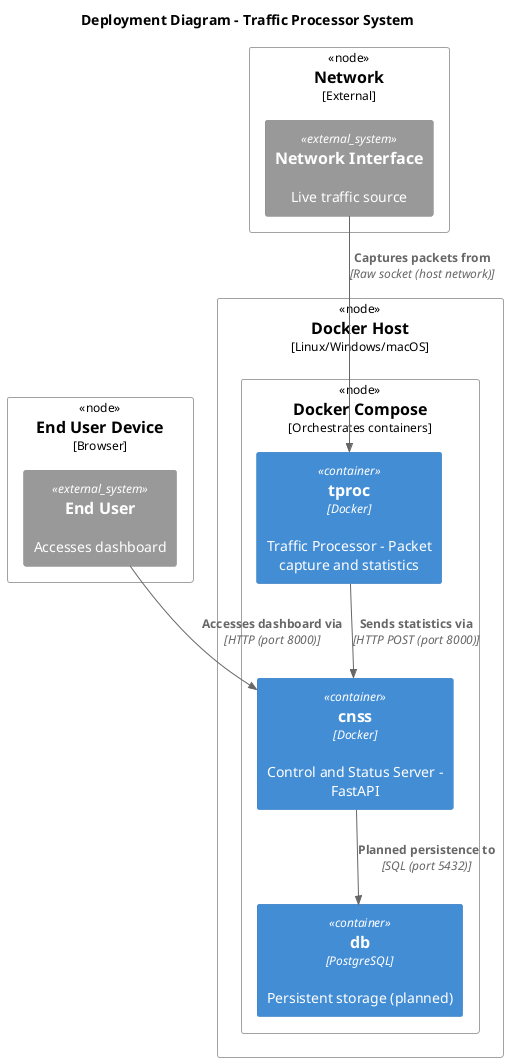
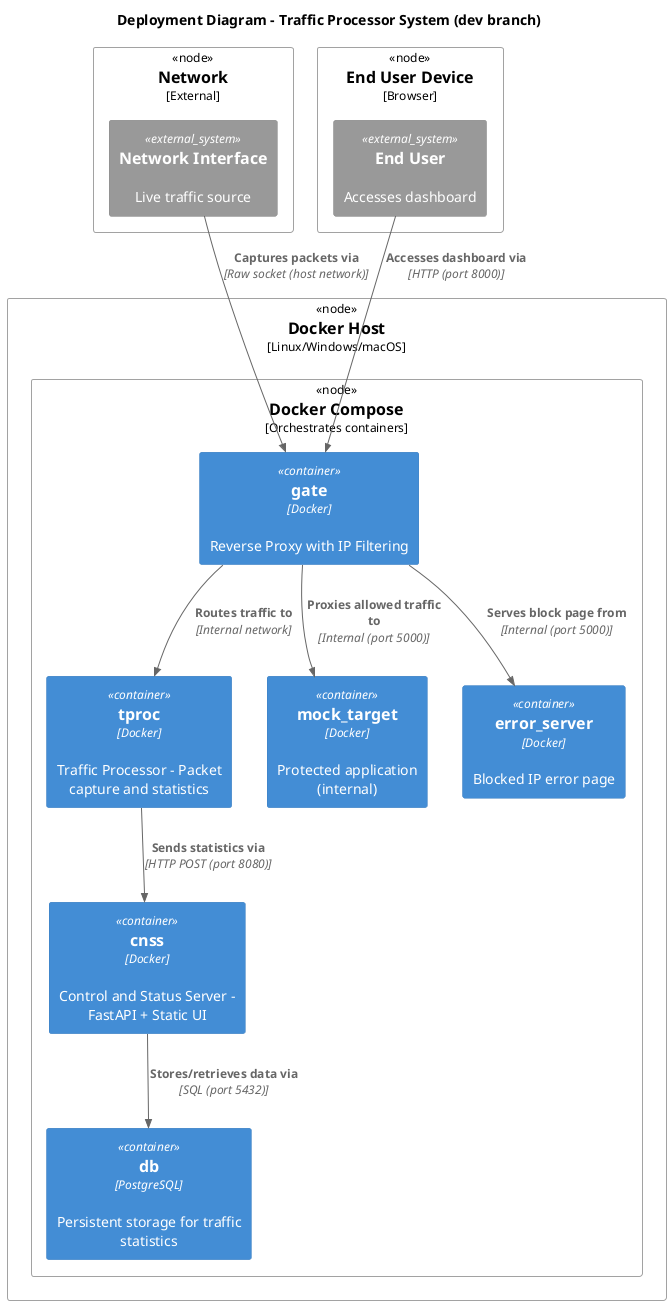
@startuml
!include <C4/C4_Deployment>

- title Deployment Diagram - Traffic Processor System
+ title Deployment Diagram - Traffic Processor System (dev branch)

Deployment_Node(docker_host, "Docker Host", "Linux/Windows/macOS") {
    Deployment_Node(compose, "Docker Compose", "Orchestrates containers") {
+         Container(gate, "gate", "Docker", "Reverse Proxy with IP Filtering")
        Container(tproc, "tproc", "Docker", "Traffic Processor - Packet capture and statistics")
-         Container(cnss, "cnss", "Docker", "Control and Status Server - FastAPI")
-         Container(db, "db", "PostgreSQL", "Persistent storage (planned)")
+         Container(mock_target, "mock_target", "Docker", "Protected application (internal)")
+         Container(error_server, "error_server", "Docker", "Blocked IP error page")
+         Container(cnss, "cnss", "Docker", "Control and Status Server - FastAPI + Static UI")
+         Container(db, "db", "PostgreSQL", "Persistent storage for traffic statistics")
    }
}

Deployment_Node(network, "Network", "External") {
    System_Ext(net_iface, "Network Interface", "Live traffic source")
}

Deployment_Node(user_node, "End User Device", "Browser") {
    System_Ext(end_user, "End User", "Accesses dashboard")
}

- Rel(net_iface, tproc, "Captures packets from", "Raw socket (host network)")
- Rel(tproc, cnss, "Sends statistics via", "HTTP POST (port 8000)")
- Rel(cnss, db, "Planned persistence to", "SQL (port 5432)")
- Rel(end_user, cnss, "Accesses dashboard via", "HTTP (port 8000)")
+ Rel(net_iface, gate, "Captures packets via", "Raw socket (host network)")
+ Rel(gate, tproc, "Routes traffic to", "Internal network")
+ Rel(tproc, cnss, "Sends statistics via", "HTTP POST (port 8080)")
+ Rel(cnss, db, "Stores/retrieves data via", "SQL (port 5432)")
+ Rel(end_user, gate, "Accesses dashboard via", "HTTP (port 8000)")
+ Rel(gate, mock_target, "Proxies allowed traffic to", "Internal (port 5000)")
+ Rel(gate, error_server, "Serves block page from", "Internal (port 5000)")

@enduml
